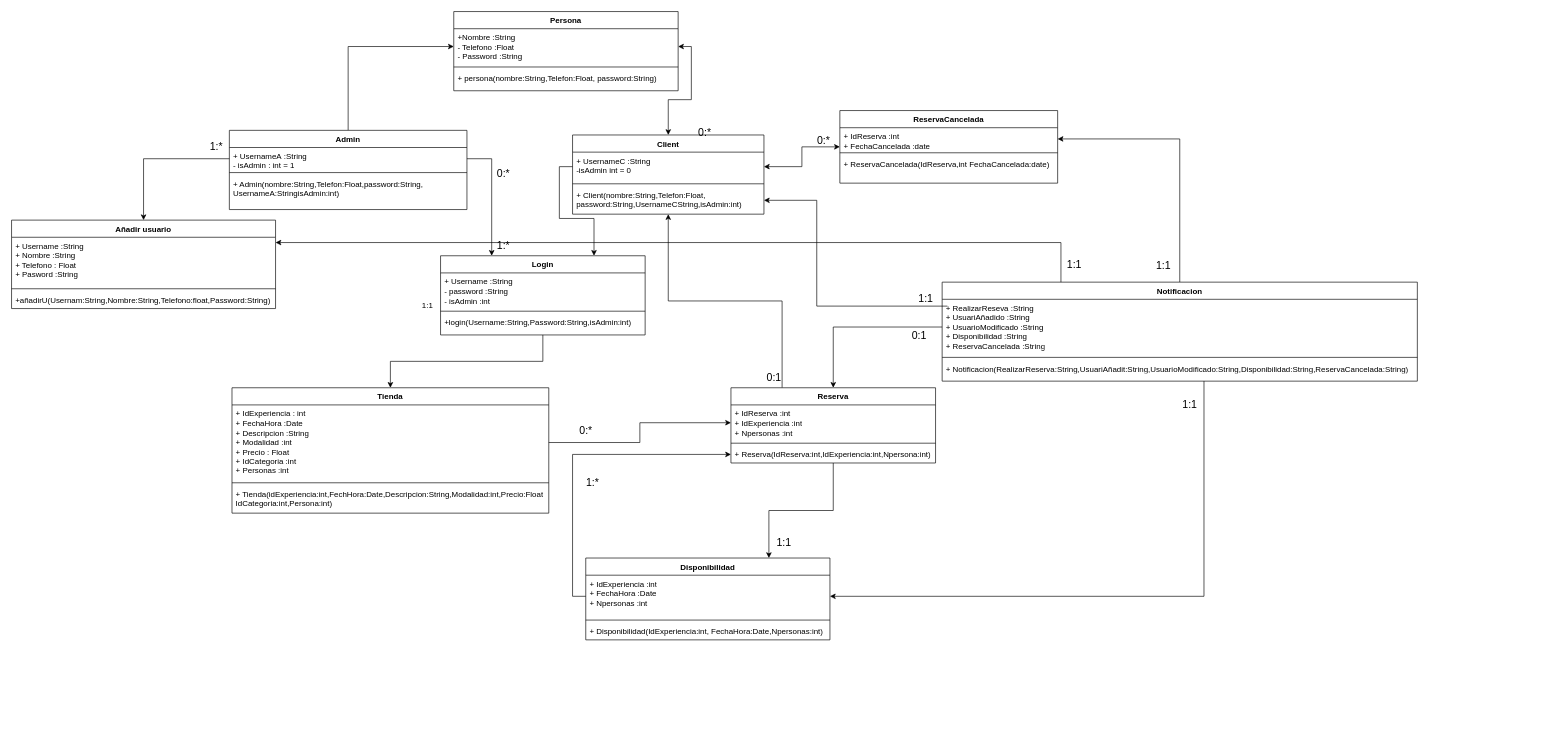
This is Diagramas/UML_XaJo.drawio from joam6/Sailing_XaJo, a draw.io file, before an edit. Source tidied: cells renumbered, new cells numbered last; positions are measured from the earlier drawing's top-left corner, leaving out a move shared by most shapes. Both pictures are drawn from the tidied source at 66%, with x=0, y=0 at pixel (11, 11).
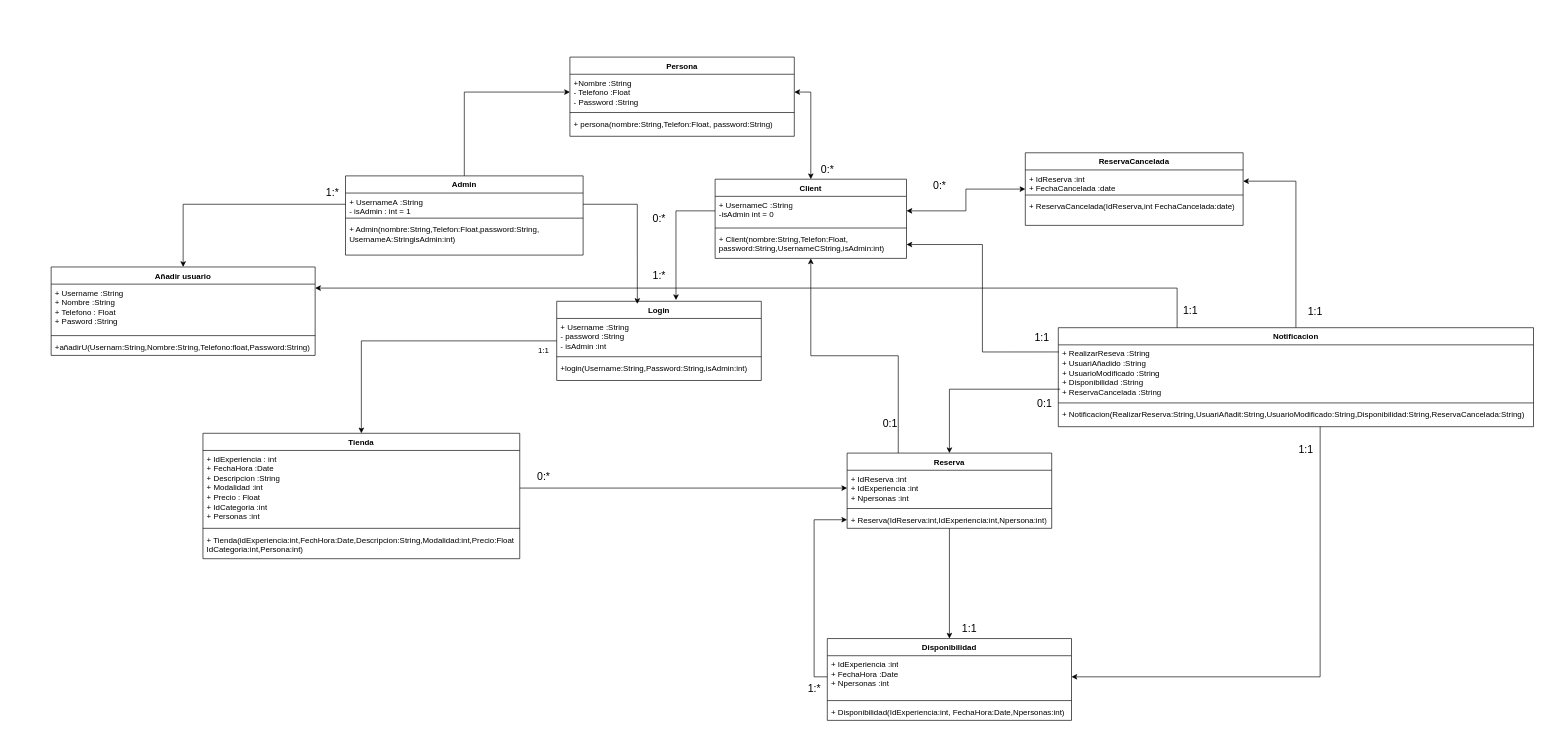
After the change.

Unchanged cells that the change refers to:
```xml
<mxCell id="13" value="&lt;div&gt;+ UsernameA&amp;nbsp;&lt;span style=&quot;background-color: initial;&quot;&gt;:String&lt;/span&gt;&lt;/div&gt;- isAdmin : int = 1" style="text;strokeColor=none;fillColor=none;align=left;verticalAlign=top;spacingLeft=4;spacingRight=4;overflow=hidden;points=[[0,0.5],[1,0.5]];portConstraint=eastwest;whiteSpace=wrap;html=1;" parent="12" vertex="1">
  <mxGeometry y="26" width="360" height="34" as="geometry" />
</mxCell>
<mxCell id="18" value="&lt;div&gt;+ UsernameC&amp;nbsp;&lt;span style=&quot;background-color: initial;&quot;&gt;:String&lt;br&gt;-isAdmin int = 0&lt;/span&gt;&lt;/div&gt;" style="text;strokeColor=none;fillColor=none;align=left;verticalAlign=top;spacingLeft=4;spacingRight=4;overflow=hidden;points=[[0,0.5],[1,0.5]];portConstraint=eastwest;whiteSpace=wrap;html=1;" parent="17" vertex="1">
  <mxGeometry y="26" width="290" height="44" as="geometry" />
</mxCell>
<mxCell id="20" value="+ Client(nombre:String,Telefon:Float, password:String,UsernameCString,isAdmin:int)&lt;div&gt;&lt;/div&gt;" style="text;strokeColor=none;fillColor=none;align=left;verticalAlign=top;spacingLeft=4;spacingRight=4;overflow=hidden;points=[[0,0.5],[1,0.5]];portConstraint=eastwest;whiteSpace=wrap;html=1;" parent="17" vertex="1">
  <mxGeometry y="78" width="290" height="42" as="geometry" />
</mxCell>
<mxCell id="30" value="+ RealizarReseva :String&lt;br&gt;+ UsuariAñadido :String&lt;br&gt;+ UsuarioModificado :String&lt;br&gt;+ Disponibilidad :String&lt;br&gt;+ ReservaCancelada :String" style="text;strokeColor=none;fillColor=none;align=left;verticalAlign=top;spacingLeft=4;spacingRight=4;overflow=hidden;points=[[0,0.5],[1,0.5]];portConstraint=eastwest;whiteSpace=wrap;html=1;" parent="29" vertex="1">
  <mxGeometry y="26" width="720" height="84" as="geometry" />
</mxCell>
```

Diff of the diagram source:
```diff
@@
     <mxCell id="3" value="Login" style="swimlane;fontStyle=1;align=center;verticalAlign=top;horizontal=1;startSize=26;whiteSpace=wrap;html=1;" parent="1" vertex="1">
-      <mxGeometry x="650" y="370" width="310" height="120" as="geometry" />
+      <mxGeometry x="826" y="439" width="310" height="120" as="geometry" />
     </mxCell>
@@
     <mxCell id="7" value="Persona" style="swimlane;fontStyle=1;align=center;verticalAlign=top;horizontal=1;startSize=26;whiteSpace=wrap;html=1;" parent="1" vertex="1">
-      <mxGeometry x="670" width="340" height="120" as="geometry" />
+      <mxGeometry x="846" y="69" width="340" height="120" as="geometry" />
     </mxCell>
@@
     <mxCell id="12" value="Admin" style="swimlane;fontStyle=1;align=center;verticalAlign=top;horizontal=1;startSize=26;whiteSpace=wrap;html=1;" parent="1" vertex="1">
-      <mxGeometry x="330" y="180" width="360" height="120" as="geometry" />
+      <mxGeometry x="506" y="249" width="360" height="120" as="geometry" />
     </mxCell>
@@
     <mxCell id="17" value="Client" style="swimlane;fontStyle=1;align=center;verticalAlign=top;horizontal=1;startSize=26;whiteSpace=wrap;html=1;" parent="1" vertex="1">
-      <mxGeometry x="850" y="187" width="290" height="120" as="geometry" />
+      <mxGeometry x="1066" y="254" width="290" height="120" as="geometry" />
     </mxCell>
@@
-    <mxCell id="21" style="edgeStyle=orthogonalEdgeStyle;rounded=0;jettySize=auto;html=1;entryX=0;entryY=0.5;entryDx=0;entryDy=0;startArrow=classic;startFill=1;endArrow=none;endFill=0;" parent="1" edge="1" source="24" target="30">
+    <mxCell id="21" style="edgeStyle=orthogonalEdgeStyle;rounded=0;jettySize=auto;html=1;entryX=0.004;entryY=0.8;entryDx=0;entryDy=0;startArrow=classic;startFill=1;endArrow=none;endFill=0;entryPerimeter=0;" parent="1" edge="1" source="24" target="30">
       <mxGeometry relative="1" as="geometry" />
     </mxCell>
@@
-    <mxCell id="23" style="edgeStyle=orthogonalEdgeStyle;rounded=0;jettySize=auto;html=1;entryX=0.75;entryY=0;entryDx=0;entryDy=0;" parent="1" edge="1" source="24" target="43">
+    <mxCell id="23" style="edgeStyle=orthogonalEdgeStyle;rounded=0;jettySize=auto;html=1;entryX=0.5;entryY=0;entryDx=0;entryDy=0;" parent="1" edge="1" source="24" target="43">
       <mxGeometry relative="1" as="geometry" />
     </mxCell>
     <mxCell id="24" value="Reserva" style="swimlane;fontStyle=1;align=center;verticalAlign=top;horizontal=1;startSize=26;whiteSpace=wrap;html=1;" parent="1" vertex="1">
-      <mxGeometry x="1090" y="570" width="310" height="114" as="geometry" />
+      <mxGeometry x="1266" y="669" width="310" height="114" as="geometry" />
     </mxCell>
@@
     <mxCell id="29" value="Notificacion" style="swimlane;fontStyle=1;align=center;verticalAlign=top;horizontal=1;startSize=26;whiteSpace=wrap;html=1;" parent="1" vertex="1">
-      <mxGeometry x="1410" y="410" width="720" height="150" as="geometry" />
+      <mxGeometry x="1586" y="479" width="720" height="150" as="geometry" />
     </mxCell>
@@
     <mxCell id="33" style="edgeStyle=orthogonalEdgeStyle;rounded=0;jettySize=auto;html=1;entryX=0.25;entryY=0;entryDx=0;entryDy=0;startArrow=classic;startFill=1;endArrow=none;endFill=0;" parent="1" edge="1" source="34" target="29">
       <mxGeometry relative="1" as="geometry">
         <Array as="points">
-          <mxPoint x="160" y="350" />
-          <mxPoint x="1453" y="350" />
+          <mxPoint x="336" y="419" />
+          <mxPoint x="1629" y="419" />
         </Array>
       </mxGeometry>
     </mxCell>
     <mxCell id="34" value="Añadir usuario" style="swimlane;fontStyle=1;align=center;verticalAlign=top;horizontal=1;startSize=26;whiteSpace=wrap;html=1;" parent="1" vertex="1">
-      <mxGeometry y="316" width="400" height="134" as="geometry" />
+      <mxGeometry x="60" y="387" width="400" height="134" as="geometry" />
     </mxCell>
@@
     <mxCell id="39" value="ReservaCancelada" style="swimlane;fontStyle=1;align=center;verticalAlign=top;horizontal=1;startSize=26;whiteSpace=wrap;html=1;" parent="1" vertex="1">
-      <mxGeometry x="1255" y="150" width="330" height="110" as="geometry" />
+      <mxGeometry x="1536" y="214" width="330" height="110" as="geometry" />
     </mxCell>
@@
     <mxCell id="43" value="Disponibilidad" style="swimlane;fontStyle=1;align=center;verticalAlign=top;horizontal=1;startSize=26;whiteSpace=wrap;html=1;" parent="1" vertex="1">
-      <mxGeometry x="870" y="828" width="370" height="124" as="geometry" />
+      <mxGeometry x="1236" y="950" width="370" height="124" as="geometry" />
     </mxCell>
@@
     <mxCell id="47" value="Tienda" style="swimlane;fontStyle=1;align=center;verticalAlign=top;horizontal=1;startSize=26;whiteSpace=wrap;html=1;" parent="1" vertex="1">
-      <mxGeometry x="334" y="570" width="480" height="190" as="geometry" />
+      <mxGeometry x="290" y="639" width="480" height="190" as="geometry" />
     </mxCell>
@@
-    <mxCell id="51" style="edgeStyle=orthogonalEdgeStyle;rounded=0;jettySize=auto;html=1;exitX=1;exitY=0.5;exitDx=0;exitDy=0;entryX=0.25;entryY=0;entryDx=0;entryDy=0;" parent="1" edge="1" source="13" target="3">
+    <mxCell id="51" style="edgeStyle=orthogonalEdgeStyle;rounded=0;jettySize=auto;html=1;exitX=1;exitY=0.5;exitDx=0;exitDy=0;entryX=0.394;entryY=0.033;entryDx=0;entryDy=0;entryPerimeter=0;" parent="1" edge="1" source="13" target="3">
       <mxGeometry relative="1" as="geometry" />
     </mxCell>
-    <mxCell id="52" style="edgeStyle=orthogonalEdgeStyle;rounded=0;jettySize=auto;html=1;exitX=0;exitY=0.5;exitDx=0;exitDy=0;entryX=0.75;entryY=0;entryDx=0;entryDy=0;" parent="1" edge="1" source="18" target="3">
+    <mxCell id="52" style="edgeStyle=orthogonalEdgeStyle;rounded=0;jettySize=auto;html=1;exitX=0;exitY=0.5;exitDx=0;exitDy=0;entryX=0.583;entryY=-0.015;entryDx=0;entryDy=0;entryPerimeter=0;" parent="1" edge="1" source="18" target="3">
       <mxGeometry relative="1" as="geometry" />
     </mxCell>
@@
-    <mxCell id="56" style="edgeStyle=orthogonalEdgeStyle;rounded=0;jettySize=auto;html=1;exitX=1;exitY=0.5;exitDx=0;exitDy=0;entryX=0.011;entryY=0.123;entryDx=0;entryDy=0;entryPerimeter=0;startArrow=classic;startFill=1;endArrow=none;endFill=0;" parent="1" edge="1" source="20" target="30">
-      <mxGeometry relative="1" as="geometry">
-        <Array as="points">
-          <mxPoint x="1220" y="286" />
-          <mxPoint x="1220" y="446" />
-        </Array>
-      </mxGeometry>
-    </mxCell>
     <mxCell id="57" value="1:1" style="text;html=1;align=center;verticalAlign=middle;strokeColor=none;fillColor=none;fontSize=16;" parent="1" vertex="1">
-      <mxGeometry x="1585" y="368" width="50" height="30" as="geometry" />
+      <mxGeometry x="1761" y="437" width="50" height="30" as="geometry" />
     </mxCell>
     <mxCell id="58" value="1:1" style="text;html=1;align=center;verticalAlign=middle;strokeColor=none;fillColor=none;fontSize=16;" parent="1" vertex="1">
-      <mxGeometry x="1720" y="370" width="50" height="30" as="geometry" />
+      <mxGeometry x="1950" y="439" width="50" height="30" as="geometry" />
     </mxCell>
     <mxCell id="59" value="1:1" style="text;html=1;align=center;verticalAlign=middle;strokeColor=none;fillColor=none;fontSize=16;" parent="1" vertex="1">
-      <mxGeometry x="1760" y="580" width="50" height="30" as="geometry" />
+      <mxGeometry x="1936" y="649" width="50" height="30" as="geometry" />
     </mxCell>
     <mxCell id="60" value="0:1" style="text;html=1;align=center;verticalAlign=middle;strokeColor=none;fillColor=none;fontSize=16;" parent="1" vertex="1">
-      <mxGeometry x="1350" y="475" width="50" height="30" as="geometry" />
+      <mxGeometry x="1540" y="579" width="50" height="30" as="geometry" />
     </mxCell>
     <mxCell id="61" value="1:1" style="text;html=1;align=center;verticalAlign=middle;strokeColor=none;fillColor=none;fontSize=16;" parent="1" vertex="1">
-      <mxGeometry x="1360" y="420" width="50" height="30" as="geometry" />
+      <mxGeometry x="1536" y="479" width="50" height="30" as="geometry" />
     </mxCell>
     <mxCell id="62" value="1:*" style="text;html=1;align=center;verticalAlign=middle;strokeColor=none;fillColor=none;fontSize=16;" parent="1" vertex="1">
-      <mxGeometry x="290" y="190" width="40" height="30" as="geometry" />
+      <mxGeometry x="466" y="259" width="40" height="30" as="geometry" />
     </mxCell>
     <mxCell id="63" value="0:*" style="text;html=1;align=center;verticalAlign=middle;strokeColor=none;fillColor=none;fontSize=16;" parent="1" vertex="1">
-      <mxGeometry x="1210" y="180" width="40" height="30" as="geometry" />
+      <mxGeometry x="1386" y="249" width="40" height="30" as="geometry" />
     </mxCell>
     <mxCell id="64" value="0:*" style="text;html=1;align=center;verticalAlign=middle;strokeColor=none;fillColor=none;strokeWidth=1;fontSize=16;" parent="1" vertex="1">
-      <mxGeometry x="1030" y="168" width="40" height="30" as="geometry" />
+      <mxGeometry x="1216" y="224" width="40" height="30" as="geometry" />
     </mxCell>
     <mxCell id="65" value="1:*" style="text;html=1;align=center;verticalAlign=middle;strokeColor=none;fillColor=none;fontSize=16;" parent="1" vertex="1">
-      <mxGeometry x="725" y="340" width="40" height="30" as="geometry" />
+      <mxGeometry x="961" y="385" width="40" height="30" as="geometry" />
     </mxCell>
     <mxCell id="66" value="0:*" style="text;html=1;align=center;verticalAlign=middle;strokeColor=none;fillColor=none;strokeWidth=1;fontSize=16;" parent="1" vertex="1">
-      <mxGeometry x="725" y="230" width="40" height="30" as="geometry" />
+      <mxGeometry x="961" y="299" width="40" height="30" as="geometry" />
     </mxCell>
     <mxCell id="67" value="1:1" style="text;html=1;align=center;verticalAlign=middle;strokeColor=none;fillColor=none;" parent="1" vertex="1">
-      <mxGeometry x="610" y="430" width="40" height="30" as="geometry" />
+      <mxGeometry x="786" y="499" width="40" height="30" as="geometry" />
     </mxCell>
     <mxCell id="68" value="1:*" style="text;html=1;align=center;verticalAlign=middle;strokeColor=none;fillColor=none;fontSize=16;" parent="1" vertex="1">
-      <mxGeometry x="860" y="698" width="40" height="30" as="geometry" />
+      <mxGeometry x="1196" y="1010" width="40" height="30" as="geometry" />
     </mxCell>
     <mxCell id="69" value="1:1" style="text;html=1;align=center;verticalAlign=middle;strokeColor=none;fillColor=none;fontSize=16;" parent="1" vertex="1">
-      <mxGeometry x="1145" y="790" width="50" height="30" as="geometry" />
+      <mxGeometry x="1426" y="920" width="50" height="30" as="geometry" />
     </mxCell>
     <mxCell id="70" value="0:*" style="text;html=1;align=center;verticalAlign=middle;strokeColor=none;fillColor=none;fontSize=16;" parent="1" vertex="1">
-      <mxGeometry x="850" y="620" width="40" height="30" as="geometry" />
+      <mxGeometry x="786" y="689" width="40" height="30" as="geometry" />
     </mxCell>
     <mxCell id="71" value="0:1" style="text;html=1;align=center;verticalAlign=middle;strokeColor=none;fillColor=none;fontSize=16;" parent="1" vertex="1">
-      <mxGeometry x="1130" y="540" width="50" height="30" as="geometry" />
+      <mxGeometry x="1306" y="609" width="50" height="30" as="geometry" />
     </mxCell>
@@
+    <mxCell id="73" style="edgeStyle=orthogonalEdgeStyle;rounded=0;jettySize=auto;html=1;entryX=1;entryY=0.5;entryDx=0;entryDy=0;exitX=0.001;exitY=0.128;exitDx=0;exitDy=0;exitPerimeter=0;" parent="1" edge="1" source="30" target="20">
+      <mxGeometry relative="1" as="geometry" />
+    </mxCell>
```
